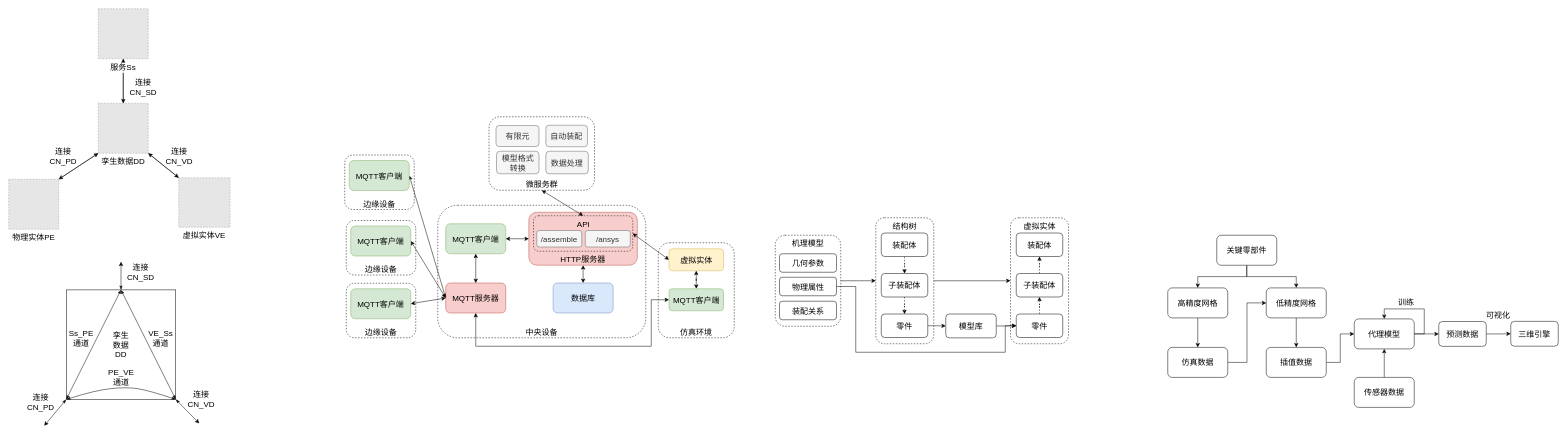
The draw.io diagram 数字孪生模型.drawio in lilingkang/drawio-files, before the edit. Source tidied: cells renumbered, new cells numbered last; positions are measured from the earlier drawing's top-left corner, leaving out a move shared by most shapes. Both pictures are drawn from the tidied source at 50%, with x=0, y=0 at pixel (8, 8). Pictures stored in the file or linked from it are replaced by grey dashed boxes.
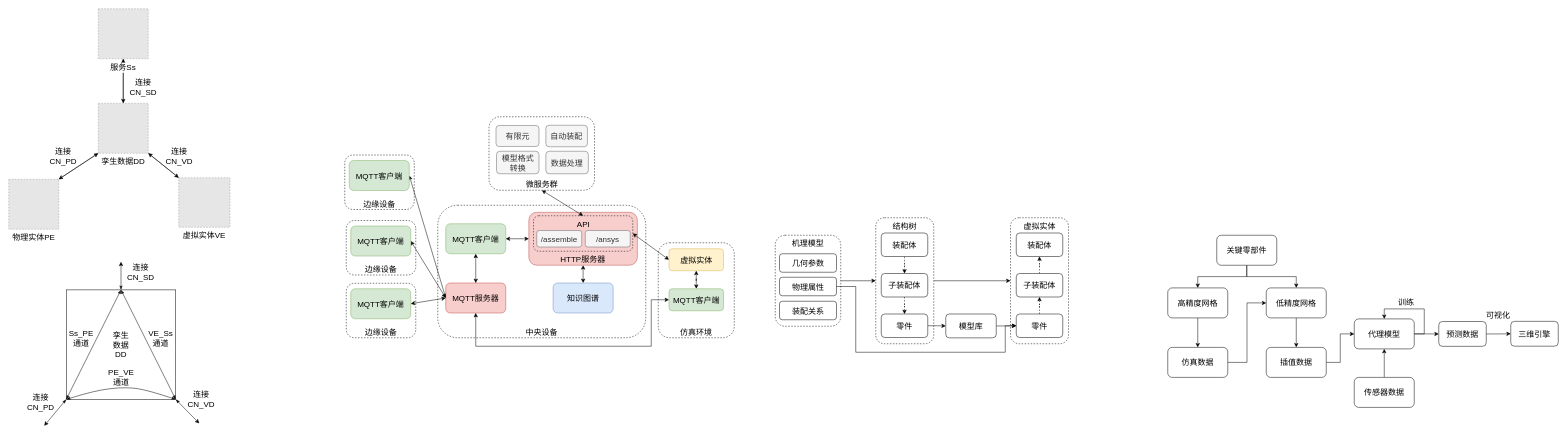
The same page after the edit.

Commit message:
更新数字孪生模型.drawio

Change to the diagram source:
```diff
@@
-    <mxCell id="40" value="数据库" style="rounded=1;whiteSpace=wrap;html=1;fontSize=16;fillColor=#dae8fc;strokeColor=#6c8ebf;" parent="1" vertex="1">
+    <mxCell id="40" value="知识图谱" style="rounded=1;whiteSpace=wrap;html=1;fontSize=16;fillColor=#dae8fc;strokeColor=#6c8ebf;" parent="1" vertex="1">
       <mxGeometry x="1088.8" y="548.5" width="120" height="60" as="geometry" />
     </mxCell>
```
